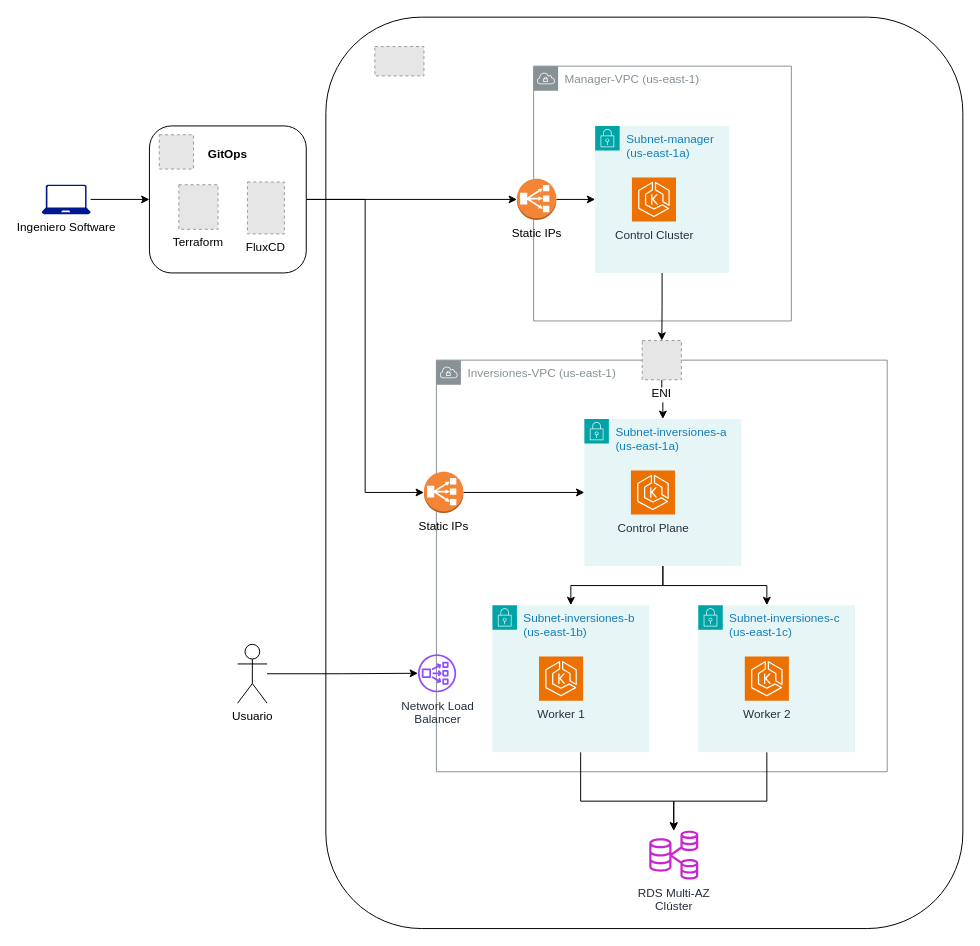
Before: page "Arq-soluciones-cloud" (1 of 3) of assets/esquemas.drawio in lima-demos-days/CloudManager, a draw.io diagram. Source tidied: cells renumbered, new cells numbered last; positions are measured from the earlier drawing's top-left corner, leaving out a move shared by most shapes. Both pictures are drawn from the tidied source at 98%, with x=0, y=0 at pixel (41, 17). Pictures stored in the file or linked from it are replaced by grey dashed boxes.
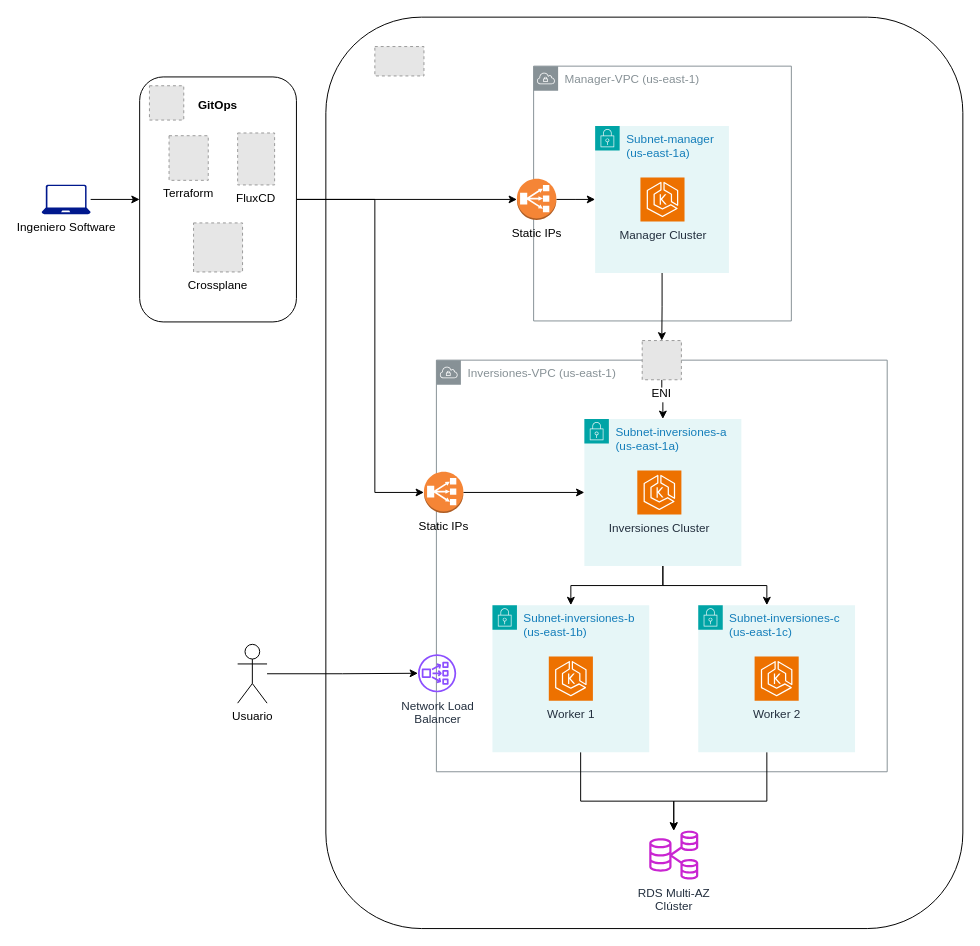
Above is the later version.

The change refers to these unchanged cells:
```xml
<mxCell id="15" value="Subnet-inversiones-a&amp;nbsp;&lt;div&gt;(us-east-1a)&lt;/div&gt;" style="points=[[0,0],[0.25,0],[0.5,0],[0.75,0],[1,0],[1,0.25],[1,0.5],[1,0.75],[1,1],[0.75,1],[0.5,1],[0.25,1],[0,1],[0,0.75],[0,0.5],[0,0.25]];outlineConnect=0;gradientColor=none;html=1;whiteSpace=wrap;fontSize=12;fontStyle=0;shape=mxgraph.aws4.group;grIcon=mxgraph.aws4.group_security_group;grStroke=0;strokeColor=#00A4A6;fillColor=#E6F6F7;verticalAlign=top;align=left;spacingLeft=30;fontColor=#147EBA;dashed=0;" parent="1" vertex="1">
  <mxGeometry x="553.8" y="410" width="160.2" height="150" as="geometry" />
</mxCell>
<mxCell id="18" value="Static IPs" style="outlineConnect=0;dashed=0;verticalLabelPosition=bottom;verticalAlign=top;align=center;html=1;shape=mxgraph.aws3.classic_load_balancer;fillColor=#F58536;gradientColor=none;" parent="1" vertex="1">
  <mxGeometry x="390.1" y="464" width="40.2" height="42" as="geometry" />
</mxCell>
<mxCell id="20" value="Subnet-inversiones-b&amp;nbsp;&lt;div&gt;(us-east-1b)&lt;/div&gt;" style="points=[[0,0],[0.25,0],[0.5,0],[0.75,0],[1,0],[1,0.25],[1,0.5],[1,0.75],[1,1],[0.75,1],[0.5,1],[0.25,1],[0,1],[0,0.75],[0,0.5],[0,0.25]];outlineConnect=0;gradientColor=none;html=1;whiteSpace=wrap;fontSize=12;fontStyle=0;shape=mxgraph.aws4.group;grIcon=mxgraph.aws4.group_security_group;grStroke=0;strokeColor=#00A4A6;fillColor=#E6F6F7;verticalAlign=top;align=left;spacingLeft=30;fontColor=#147EBA;dashed=0;" parent="1" vertex="1">
  <mxGeometry x="460" y="600" width="160" height="150" as="geometry" />
</mxCell>
<mxCell id="23" value="Subnet-inversiones-c&amp;nbsp;&lt;div&gt;(us-east-1c)&lt;/div&gt;" style="points=[[0,0],[0.25,0],[0.5,0],[0.75,0],[1,0],[1,0.25],[1,0.5],[1,0.75],[1,1],[0.75,1],[0.5,1],[0.25,1],[0,1],[0,0.75],[0,0.5],[0,0.25]];outlineConnect=0;gradientColor=none;html=1;whiteSpace=wrap;fontSize=12;fontStyle=0;shape=mxgraph.aws4.group;grIcon=mxgraph.aws4.group_security_group;grStroke=0;strokeColor=#00A4A6;fillColor=#E6F6F7;verticalAlign=top;align=left;spacingLeft=30;fontColor=#147EBA;dashed=0;" parent="1" vertex="1">
  <mxGeometry x="670" y="600" width="160" height="150" as="geometry" />
</mxCell>
<mxCell id="30" value="Subnet-manager&amp;nbsp;&lt;div&gt;(us-east-1a)&lt;/div&gt;" style="points=[[0,0],[0.25,0],[0.5,0],[0.75,0],[1,0],[1,0.25],[1,0.5],[1,0.75],[1,1],[0.75,1],[0.5,1],[0.25,1],[0,1],[0,0.75],[0,0.5],[0,0.25]];outlineConnect=0;gradientColor=none;html=1;whiteSpace=wrap;fontSize=12;fontStyle=0;shape=mxgraph.aws4.group;grIcon=mxgraph.aws4.group_security_group;grStroke=0;strokeColor=#00A4A6;fillColor=#E6F6F7;verticalAlign=top;align=left;spacingLeft=30;fontColor=#147EBA;dashed=0;" parent="1" vertex="1">
  <mxGeometry x="564.8" y="111" width="136.5" height="150" as="geometry" />
</mxCell>
```

The edit, as a diff of the source:
```diff
@@
-    <mxCell id="16" value="Control Plane" style="sketch=0;fontColor=#232F3E;fillColor=#ED7100;strokeColor=#ffffff;dashed=0;verticalLabelPosition=bottom;verticalAlign=top;align=center;html=1;fontSize=12;fontStyle=0;shape=mxgraph.aws4.resourceIcon;resIcon=mxgraph.aws4.eks;" parent="15" vertex="1">
-      <mxGeometry x="47.5" y="52.5" width="45" height="45" as="geometry" />
+    <mxCell id="16" value="&lt;div&gt;&lt;span style=&quot;background-color: transparent; color: light-dark(rgb(35, 47, 62), rgb(189, 199, 212));&quot;&gt;Inversiones Cluster&lt;/span&gt;&lt;/div&gt;" style="sketch=0;fontColor=#232F3E;fillColor=#ED7100;strokeColor=#ffffff;dashed=0;verticalLabelPosition=bottom;verticalAlign=top;align=center;html=1;fontSize=12;fontStyle=0;shape=mxgraph.aws4.resourceIcon;resIcon=mxgraph.aws4.eks;" parent="15" vertex="1">
+      <mxGeometry x="54" y="52.5" width="45" height="45" as="geometry" />
     </mxCell>
@@
     <mxCell id="21" value="Worker 1" style="sketch=0;fontColor=#232F3E;fillColor=#ED7100;strokeColor=#ffffff;dashed=0;verticalLabelPosition=bottom;verticalAlign=top;align=center;html=1;fontSize=12;fontStyle=0;shape=mxgraph.aws4.resourceIcon;resIcon=mxgraph.aws4.eks;" parent="20" vertex="1">
-      <mxGeometry x="47.5" y="52.5" width="45" height="45" as="geometry" />
+      <mxGeometry x="57.5" y="52.5" width="45" height="45" as="geometry" />
     </mxCell>
@@
     <mxCell id="24" value="Worker 2" style="sketch=0;fontColor=#232F3E;fillColor=#ED7100;strokeColor=#ffffff;dashed=0;verticalLabelPosition=bottom;verticalAlign=top;align=center;html=1;fontSize=12;fontStyle=0;shape=mxgraph.aws4.resourceIcon;resIcon=mxgraph.aws4.eks;" parent="23" vertex="1">
-      <mxGeometry x="47.5" y="52.5" width="45" height="45" as="geometry" />
+      <mxGeometry x="57.5" y="52.5" width="45" height="45" as="geometry" />
     </mxCell>
@@
-    <mxCell id="31" value="Control Cluster" style="sketch=0;fontColor=#232F3E;fillColor=#ED7100;strokeColor=#ffffff;dashed=0;verticalLabelPosition=bottom;verticalAlign=top;align=center;html=1;fontSize=12;fontStyle=0;shape=mxgraph.aws4.resourceIcon;resIcon=mxgraph.aws4.eks;" parent="30" vertex="1">
-      <mxGeometry x="37.5" y="52.5" width="45" height="45" as="geometry" />
+    <mxCell id="31" value="Manager Cluster" style="sketch=0;fontColor=#232F3E;fillColor=#ED7100;strokeColor=#ffffff;dashed=0;verticalLabelPosition=bottom;verticalAlign=top;align=center;html=1;fontSize=12;fontStyle=0;shape=mxgraph.aws4.resourceIcon;resIcon=mxgraph.aws4.eks;" parent="30" vertex="1">
+      <mxGeometry x="46.2" y="52.5" width="45" height="45" as="geometry" />
     </mxCell>
     <mxCell id="32" style="edgeStyle=orthogonalEdgeStyle;rounded=0;jettySize=auto;html=1;entryX=0;entryY=0.5;entryDx=0;entryDy=0;entryPerimeter=0;" parent="1" edge="1" source="34" target="18">
-      <mxGeometry relative="1" as="geometry" />
+      <mxGeometry relative="1" as="geometry">
+        <Array as="points">
+          <mxPoint x="340" y="186" />
+          <mxPoint x="340" y="485" />
+        </Array>
+      </mxGeometry>
     </mxCell>
     <mxCell id="33" style="group;" parent="1" vertex="1">
-      <mxGeometry x="110" y="111" width="160" height="150" as="geometry" />
+      <mxGeometry x="100" y="61" width="160" height="250" as="geometry" />
     </mxCell>
     <mxCell id="34" style="rounded=1;whiteSpace=wrap;html=1;verticalAlign=top;fontStyle=1;strokeColor=#000000;" parent="33" vertex="1">
-      <mxGeometry width="160" height="150" as="geometry" />
+      <mxGeometry width="160" height="250" as="geometry" />
     </mxCell>
@@
+    <mxCell id="39" value="Crossplane" style="fillColor=#E6E6E6;strokeColor=#999999;dashed=1;verticalLabelPosition=bottom;labelBackgroundColor=default;verticalAlign=top;" parent="33" vertex="1">
+      <mxGeometry x="55" y="149" width="50" height="50" as="geometry" />
+    </mxCell>
```
